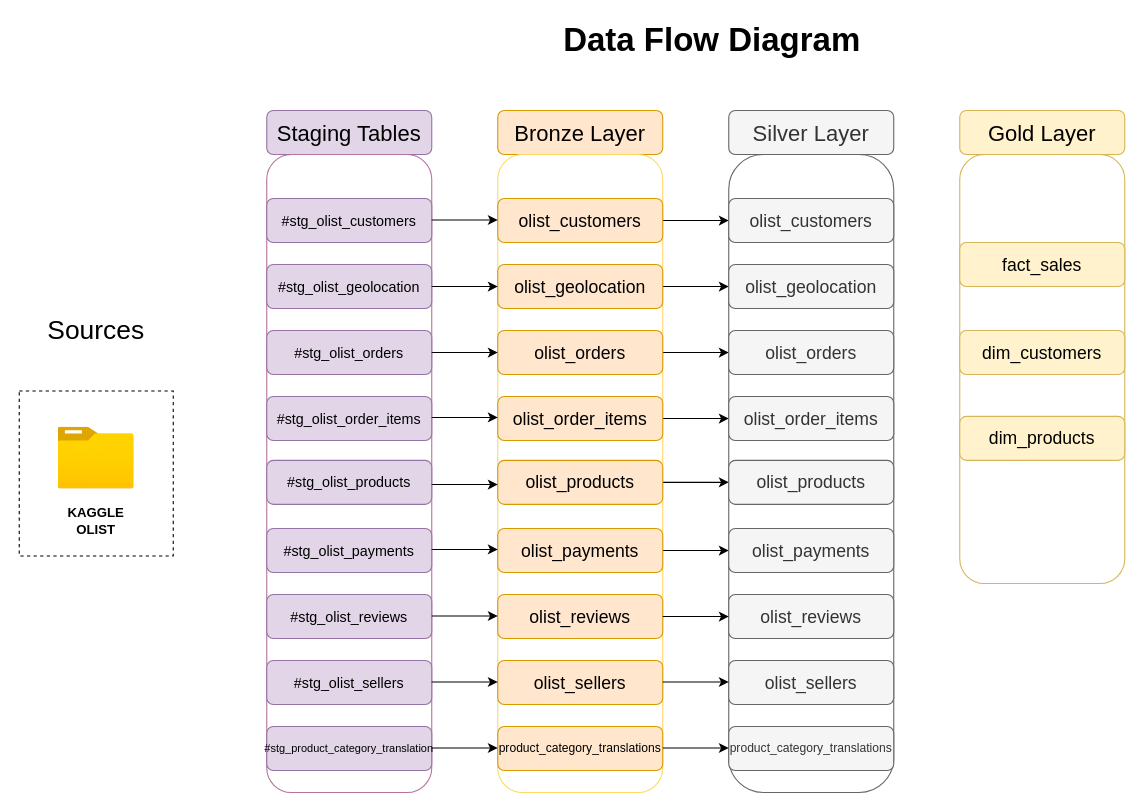
Earlier version of the draw.io diagram documents/dataflow_diagram_brazilian.drawio (crisn2blink/Brazilian-E-Commerce-Data-Modeling-Project). Source tidied: cells renumbered, new cells numbered last; positions are measured from the earlier drawing's top-left corner, leaving out a move shared by most shapes. Both pictures are drawn from the tidied source at 110%, with x=0, y=0 at pixel (19, 22).
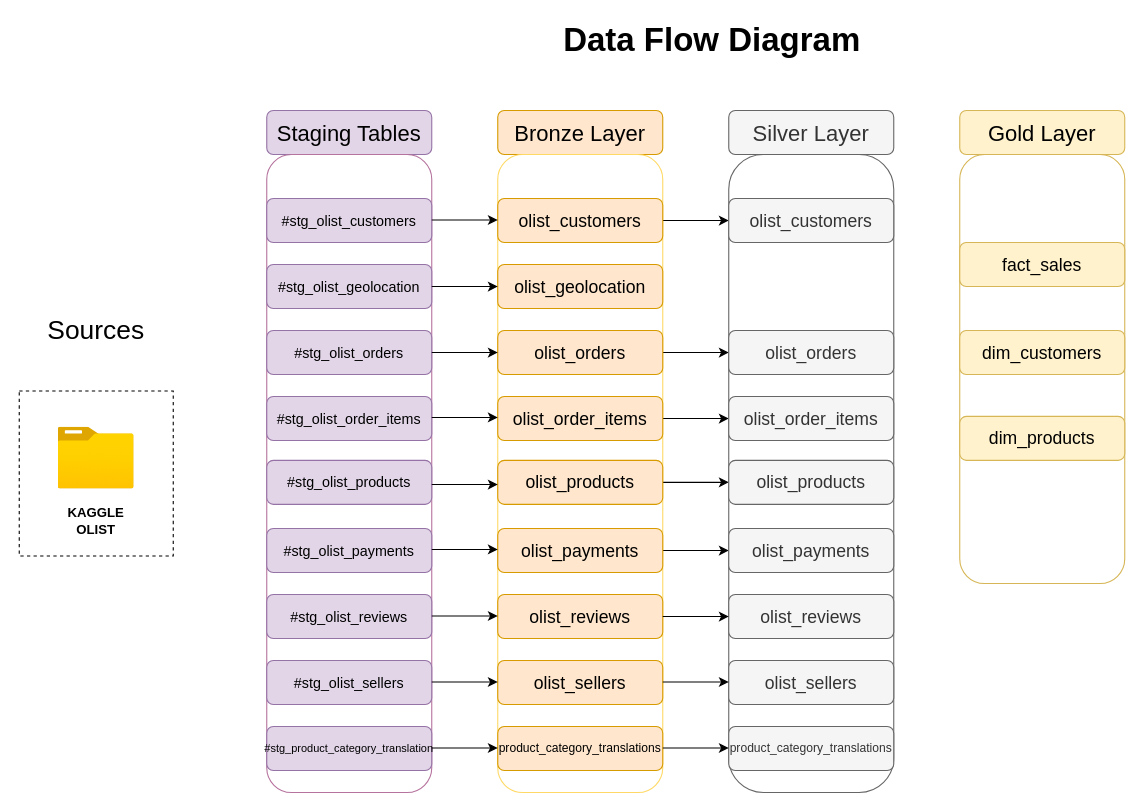
The same page after the edit.

Commit message (it also covers changes not shown here):
Started Creating the Gold Layer Architecture

The change refers to these unchanged cells:
```xml
<mxCell id="12" value="&lt;font style=&quot;font-size: 16px;&quot;&gt;olist_geolocation&lt;/font&gt;" style="rounded=1;whiteSpace=wrap;html=1;fillColor=#ffe6cc;strokeColor=#d79b00;" parent="1" vertex="1">
  <mxGeometry x="435" y="220" width="150" height="40" as="geometry" />
</mxCell>
```

What changed in the source:
```diff
@@
-    <mxCell id="11" style="edgeStyle=orthogonalEdgeStyle;rounded=0;jettySize=auto;html=1;exitX=1;exitY=0.5;exitDx=0;exitDy=0;entryX=0;entryY=0.5;entryDx=0;entryDy=0;" parent="1" edge="1" source="12">
-      <mxGeometry relative="1" as="geometry">
-        <mxPoint x="645" y="240" as="targetPoint" />
-      </mxGeometry>
-    </mxCell>
@@
-    <mxCell id="33" value="&lt;font style=&quot;font-size: 16px;&quot;&gt;olist_geolocation&lt;/font&gt;" style="rounded=1;whiteSpace=wrap;html=1;fillColor=#f5f5f5;strokeColor=#666666;fontColor=#333333;" parent="1" vertex="1">
-      <mxGeometry x="645" y="220" width="150" height="40" as="geometry" />
-    </mxCell>
```
